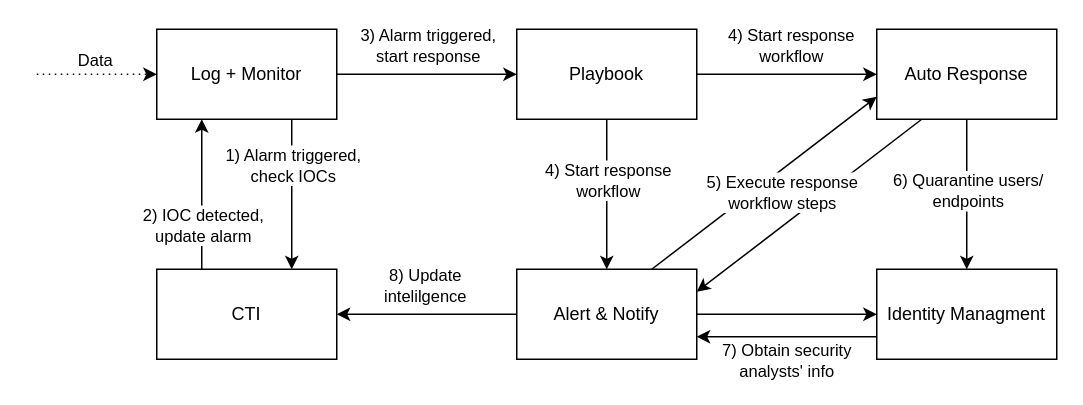
The draw.io diagram soa-diagram.drawio in PascalNB/sosoc, before the edit. Source tidied: cells renumbered, new cells numbered last; positions are measured from the earlier drawing's top-left corner, leaving out a move shared by most shapes. Both pictures are drawn from the tidied source at 150%, with x=0, y=0 at pixel (36, 28).
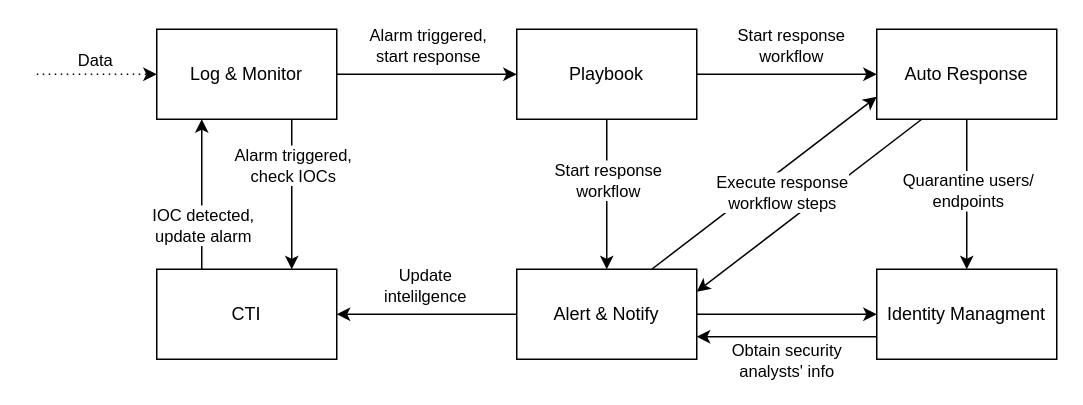
The same diagram, later.

The change refers to these unchanged cells:
```xml
<mxCell id="2" style="edgeStyle=orthogonalEdgeStyle;rounded=0;jettySize=auto;html=1;exitX=0.75;exitY=1;exitDx=0;exitDy=0;entryX=0.75;entryY=0;entryDx=0;entryDy=0;labelBackgroundColor=none;fontColor=default;" parent="1" edge="1" source="6" target="9">
  <mxGeometry relative="1" as="geometry" />
</mxCell>
<mxCell id="4" style="edgeStyle=orthogonalEdgeStyle;rounded=0;jettySize=auto;html=1;exitX=1;exitY=0.5;exitDx=0;exitDy=0;entryX=0;entryY=0.5;entryDx=0;entryDy=0;labelBackgroundColor=none;fontColor=default;" parent="1" edge="1" source="6" target="14">
  <mxGeometry relative="1" as="geometry" />
</mxCell>
<mxCell id="7" style="edgeStyle=orthogonalEdgeStyle;rounded=0;jettySize=auto;html=1;exitX=0.25;exitY=0;exitDx=0;exitDy=0;entryX=0.25;entryY=1;entryDx=0;entryDy=0;labelBackgroundColor=none;fontColor=default;" parent="1" edge="1" source="9" target="6">
  <mxGeometry relative="1" as="geometry" />
</mxCell>
<mxCell id="10" style="edgeStyle=orthogonalEdgeStyle;rounded=0;jettySize=auto;html=1;labelBackgroundColor=none;fontColor=default;" parent="1" edge="1" source="14" target="20">
  <mxGeometry relative="1" as="geometry" />
</mxCell>
<mxCell id="12" style="edgeStyle=orthogonalEdgeStyle;rounded=0;jettySize=auto;html=1;exitX=1;exitY=0.5;exitDx=0;exitDy=0;entryX=0;entryY=0.5;entryDx=0;entryDy=0;labelBackgroundColor=none;fontColor=default;" parent="1" edge="1" source="14" target="27">
  <mxGeometry relative="1" as="geometry" />
</mxCell>
<mxCell id="16" style="edgeStyle=orthogonalEdgeStyle;rounded=0;jettySize=auto;html=1;exitX=1;exitY=0.5;exitDx=0;exitDy=0;labelBackgroundColor=none;fontColor=default;" parent="1" edge="1" source="20" target="29">
  <mxGeometry relative="1" as="geometry" />
</mxCell>
<mxCell id="18" style="edgeStyle=orthogonalEdgeStyle;rounded=0;jettySize=auto;html=1;exitX=0;exitY=0.5;exitDx=0;exitDy=0;entryX=1;entryY=0.5;entryDx=0;entryDy=0;labelBackgroundColor=none;fontColor=default;" parent="1" edge="1" source="20" target="9">
  <mxGeometry relative="1" as="geometry" />
</mxCell>
<mxCell id="23" style="rounded=0;jettySize=auto;html=1;exitX=0.75;exitY=0;exitDx=0;exitDy=0;entryX=0;entryY=0.75;entryDx=0;entryDy=0;labelBackgroundColor=none;fontColor=default;" parent="1" edge="1" source="20" target="27">
  <mxGeometry relative="1" as="geometry" />
</mxCell>
<mxCell id="25" style="edgeStyle=orthogonalEdgeStyle;rounded=0;jettySize=auto;html=1;exitX=0.5;exitY=1;exitDx=0;exitDy=0;entryX=0.5;entryY=0;entryDx=0;entryDy=0;labelBackgroundColor=none;fontColor=default;" parent="1" edge="1" source="27" target="29">
  <mxGeometry relative="1" as="geometry" />
</mxCell>
```

Change to the diagram source:
```diff
@@
-    <mxCell id="3" value="&lt;div&gt;1) Alarm triggered,&lt;/div&gt;&lt;div&gt;check IOCs&lt;/div&gt;" style="edgeLabel;html=1;align=center;verticalAlign=middle;labelBackgroundColor=default;" parent="2" vertex="1">
+    <mxCell id="3" value="&lt;div&gt;Alarm triggered,&lt;/div&gt;&lt;div&gt;check IOCs&lt;/div&gt;" style="edgeLabel;html=1;align=center;verticalAlign=middle;labelBackgroundColor=default;" parent="2" vertex="1">
       <mxGeometry y="3" relative="1" as="geometry">
         <mxPoint x="-3" y="-20" as="offset" />
       </mxGeometry>
     </mxCell>
@@
-    <mxCell id="5" value="&lt;div&gt;3) Alarm triggered,&lt;/div&gt;&lt;div&gt;start response&lt;/div&gt;" style="edgeLabel;html=1;align=center;verticalAlign=middle;labelBackgroundColor=none;" parent="4" vertex="1">
+    <mxCell id="5" value="&lt;div&gt;Alarm triggered,&lt;/div&gt;&lt;div&gt;start response&lt;/div&gt;" style="edgeLabel;html=1;align=center;verticalAlign=middle;labelBackgroundColor=none;" parent="4" vertex="1">
       <mxGeometry y="1" relative="1" as="geometry">
         <mxPoint y="-19" as="offset" />
       </mxGeometry>
     </mxCell>
-    <mxCell id="6" value="&lt;div&gt;Log + Monitor&lt;/div&gt;" style="rounded=0;whiteSpace=wrap;html=1;labelBackgroundColor=none;" parent="1" vertex="1">
+    <mxCell id="6" value="&lt;div&gt;Log &amp;amp; Monitor&lt;/div&gt;" style="rounded=0;whiteSpace=wrap;html=1;labelBackgroundColor=none;" parent="1" vertex="1">
       <mxGeometry x="80" width="120" height="60" as="geometry" />
     </mxCell>
@@
-    <mxCell id="8" value="&lt;div&gt;2) IOC detected,&lt;/div&gt;&lt;div&gt;update alarm&lt;/div&gt;" style="edgeLabel;html=1;align=center;verticalAlign=middle;labelBackgroundColor=default;" parent="7" vertex="1">
+    <mxCell id="8" value="&lt;div&gt;IOC detected,&lt;/div&gt;&lt;div&gt;update alarm&lt;/div&gt;" style="edgeLabel;html=1;align=center;verticalAlign=middle;labelBackgroundColor=default;" parent="7" vertex="1">
       <mxGeometry x="-0.14" y="-2" relative="1" as="geometry">
         <mxPoint x="-2" y="13" as="offset" />
       </mxGeometry>
     </mxCell>
@@
-    <mxCell id="11" value="4) Start response&lt;br&gt;workflow" style="edgeLabel;html=1;align=center;verticalAlign=middle;labelBackgroundColor=default;" parent="10" vertex="1">
+    <mxCell id="11" value="Start response&lt;br&gt;workflow" style="edgeLabel;html=1;align=center;verticalAlign=middle;labelBackgroundColor=default;" parent="10" vertex="1">
       <mxGeometry x="0.02" relative="1" as="geometry">
         <mxPoint y="-11" as="offset" />
       </mxGeometry>
     </mxCell>
@@
-    <mxCell id="13" value="4) Start response&lt;br&gt;workflow" style="edgeLabel;html=1;align=center;verticalAlign=middle;labelBackgroundColor=none;" parent="12" vertex="1">
+    <mxCell id="13" value="Start response&lt;br&gt;workflow" style="edgeLabel;html=1;align=center;verticalAlign=middle;labelBackgroundColor=none;" parent="12" vertex="1">
       <mxGeometry x="0.04" relative="1" as="geometry">
         <mxPoint y="-20" as="offset" />
       </mxGeometry>
     </mxCell>
@@
-    <mxCell id="17" value="&lt;div&gt;7) Obtain security&lt;/div&gt;&lt;div&gt;analysts' info&lt;/div&gt;" style="edgeLabel;html=1;align=center;verticalAlign=middle;labelBackgroundColor=none;" parent="16" vertex="1">
+    <mxCell id="17" value="&lt;div&gt;Obtain security&lt;/div&gt;&lt;div&gt;analysts' info&lt;/div&gt;" style="edgeLabel;html=1;align=center;verticalAlign=middle;labelBackgroundColor=none;" parent="16" vertex="1">
       <mxGeometry x="-0.02" relative="1" as="geometry">
         <mxPoint y="30" as="offset" />
       </mxGeometry>
     </mxCell>
@@
-    <mxCell id="19" value="&lt;div&gt;8) Update&lt;/div&gt;&lt;div&gt;intelilgence&lt;/div&gt;" style="edgeLabel;html=1;align=center;verticalAlign=middle;labelBackgroundColor=none;" parent="18" vertex="1">
+    <mxCell id="19" value="&lt;div&gt;Update&lt;/div&gt;&lt;div&gt;intelilgence&lt;/div&gt;" style="edgeLabel;html=1;align=center;verticalAlign=middle;labelBackgroundColor=none;" parent="18" vertex="1">
       <mxGeometry x="0.03" y="-1" relative="1" as="geometry">
         <mxPoint y="-19" as="offset" />
       </mxGeometry>
     </mxCell>
@@
-    <mxCell id="24" value="&lt;div&gt;5) Execute response&lt;/div&gt;&lt;div&gt;workflow steps&lt;/div&gt;" style="edgeLabel;html=1;align=center;verticalAlign=middle;labelBackgroundColor=default;textShadow=0;labelBorderColor=none;" parent="23" vertex="1">
+    <mxCell id="24" value="&lt;div&gt;Execute response&lt;/div&gt;&lt;div&gt;workflow steps&lt;/div&gt;" style="edgeLabel;html=1;align=center;verticalAlign=middle;labelBackgroundColor=default;textShadow=0;labelBorderColor=none;" parent="23" vertex="1">
       <mxGeometry x="0.02" relative="1" as="geometry">
         <mxPoint x="10" y="7" as="offset" />
       </mxGeometry>
     </mxCell>
@@
-    <mxCell id="26" value="&lt;div&gt;6) Quarantine users/&lt;/div&gt;&lt;div&gt;endpoints&lt;/div&gt;" style="edgeLabel;html=1;align=center;verticalAlign=middle;labelBackgroundColor=default;" parent="25" vertex="1">
+    <mxCell id="26" value="&lt;div&gt;Quarantine users/&lt;/div&gt;&lt;div&gt;endpoints&lt;/div&gt;" style="edgeLabel;html=1;align=center;verticalAlign=middle;labelBackgroundColor=default;" parent="25" vertex="1">
       <mxGeometry x="-0.06" y="1" relative="1" as="geometry">
         <mxPoint x="-1" as="offset" />
       </mxGeometry>
     </mxCell>
```
